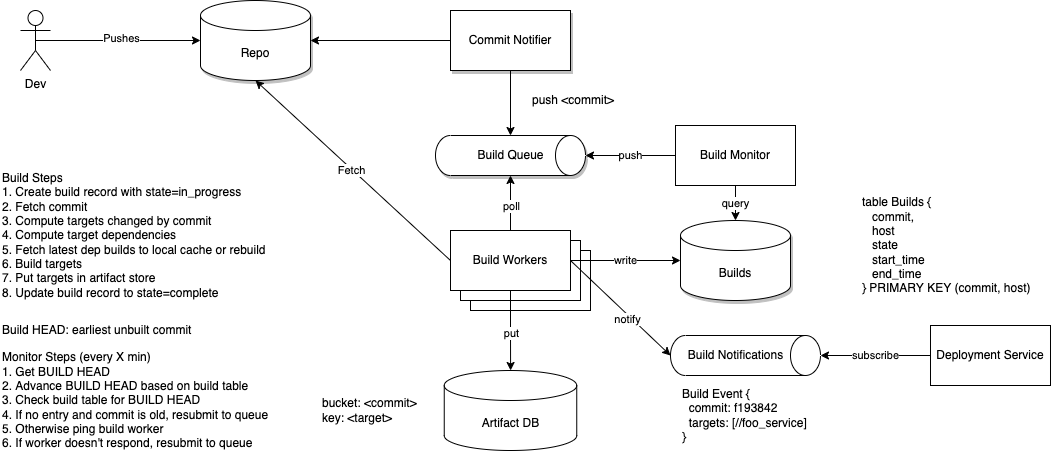
This is diagrams/deploy_build.png from alexsteele/designs, a draw.io export, as it was before one commit. Source tidied: cells renumbered, new cells last; positions are measured from the earlier drawing's top-left corner, leaving out a move shared by most shapes.
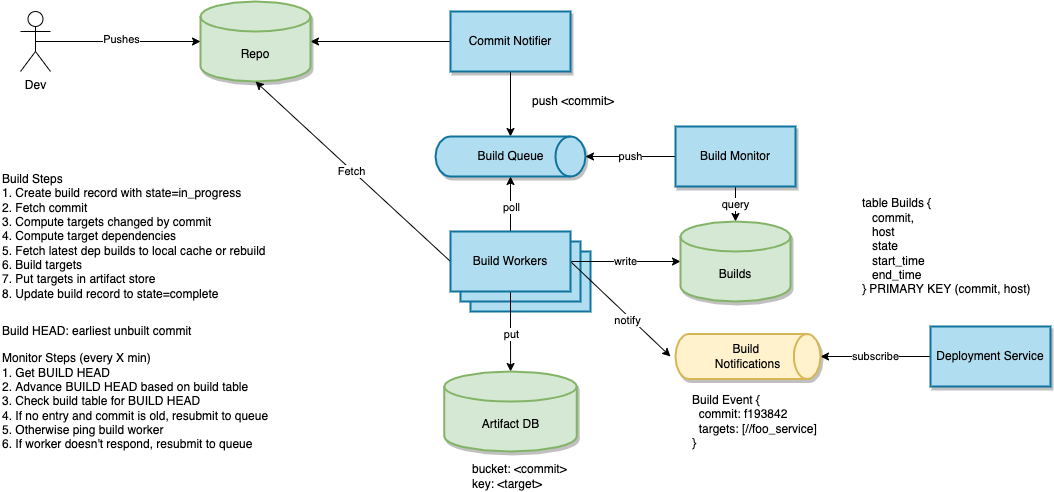
Later version of the same file.

Commit message:
Update deploy diagrams

Change to the diagram source:
```diff
@@ -2,8 +2,8 @@
   <root>
     <mxCell id="0" />
     <mxCell id="1" parent="0" />
-    <mxCell id="2" value="Build Workers" style="rounded=0;whiteSpace=wrap;html=1;" parent="1" vertex="1">
-      <mxGeometry x="470" y="250" width="120" height="60" as="geometry" />
+    <mxCell id="2" value="Build Workers" style="rounded=0;whiteSpace=wrap;html=1;strokeWidth=2;fillColor=#b1ddf0;strokeColor=#10739e;" parent="1" vertex="1">
+      <mxGeometry x="2430" y="380" width="120" height="60" as="geometry" />
     </mxCell>
     <mxCell id="3" style="edgeStyle=orthogonalEdgeStyle;rounded=0;jettySize=auto;html=1;exitX=0.5;exitY=1;exitDx=0;exitDy=0;entryX=0;entryY=0.5;entryDx=0;entryDy=0;entryPerimeter=0;" parent="1" edge="1" source="5" target="7">
       <mxGeometry relative="1" as="geometry" />
@@ -11,20 +11,20 @@
     <mxCell id="4" style="edgeStyle=none;rounded=0;jettySize=auto;html=1;exitX=0;exitY=0.5;exitDx=0;exitDy=0;entryX=1;entryY=0.5;entryDx=0;entryDy=0;entryPerimeter=0;" parent="1" edge="1" source="5" target="6">
       <mxGeometry relative="1" as="geometry" />
     </mxCell>
-    <mxCell id="5" value="Commit Notifier" style="rounded=0;whiteSpace=wrap;html=1;shadow=1;" parent="1" vertex="1">
-      <mxGeometry x="450" y="10" width="120" height="60" as="geometry" />
+    <mxCell id="5" value="Commit Notifier" style="rounded=0;whiteSpace=wrap;html=1;shadow=1;strokeWidth=2;fillColor=#b1ddf0;strokeColor=#10739e;" parent="1" vertex="1">
+      <mxGeometry x="2410" y="140" width="120" height="60" as="geometry" />
     </mxCell>
-    <mxCell id="6" value="Repo" style="shape=cylinder3;whiteSpace=wrap;html=1;boundedLbl=1;backgroundOutline=1;size=15;shadow=1;" parent="1" vertex="1">
-      <mxGeometry x="200" width="110" height="80" as="geometry" />
+    <mxCell id="6" value="Repo" style="shape=cylinder3;whiteSpace=wrap;html=1;boundedLbl=1;backgroundOutline=1;size=15;shadow=1;strokeWidth=2;fillColor=#d5e8d4;strokeColor=#82b366;" parent="1" vertex="1">
+      <mxGeometry x="2160" y="130" width="110" height="80" as="geometry" />
     </mxCell>
-    <mxCell id="7" style="shape=cylinder3;boundedLbl=1;backgroundOutline=1;size=15;rotation=90;whiteSpace=wrap;html=1;shadow=1;" parent="1" vertex="1">
-      <mxGeometry x="490" y="80" width="40" height="150" as="geometry" />
+    <mxCell id="7" style="shape=cylinder3;boundedLbl=1;backgroundOutline=1;size=15;rotation=90;whiteSpace=wrap;html=1;shadow=1;strokeWidth=2;fillColor=#b1ddf0;strokeColor=#10739e;" parent="1" vertex="1">
+      <mxGeometry x="2450" y="210" width="40" height="150" as="geometry" />
     </mxCell>
     <mxCell id="8" value="Build Queue" style="text;html=1;align=center;verticalAlign=middle;strokeColor=none;fillColor=none;fontSize=12;fontFamily=Helvetica;fontColor=default;" parent="1" vertex="1">
-      <mxGeometry x="470" y="145" width="80" height="20" as="geometry" />
+      <mxGeometry x="2430" y="275" width="80" height="20" as="geometry" />
     </mxCell>
-    <mxCell id="9" value="Build Workers" style="rounded=0;whiteSpace=wrap;html=1;" parent="1" vertex="1">
-      <mxGeometry x="460" y="240" width="120" height="60" as="geometry" />
+    <mxCell id="9" value="Build Workers" style="rounded=0;whiteSpace=wrap;html=1;strokeWidth=2;fillColor=#b1ddf0;strokeColor=#10739e;" parent="1" vertex="1">
+      <mxGeometry x="2420" y="370" width="120" height="60" as="geometry" />
     </mxCell>
     <mxCell id="10" style="edgeStyle=orthogonalEdgeStyle;rounded=0;jettySize=auto;html=1;exitX=0.5;exitY=0;exitDx=0;exitDy=0;entryX=1;entryY=0.5;entryDx=0;entryDy=0;entryPerimeter=0;" parent="1" edge="1" source="19" target="7">
       <mxGeometry relative="1" as="geometry" />
@@ -46,78 +46,79 @@
         <mxPoint x="40" y="36" as="offset" />
       </mxGeometry>
     </mxCell>
-    <mxCell id="16" value="write" style="edgeStyle=none;rounded=0;jettySize=auto;html=1;exitX=1;exitY=0.5;exitDx=0;exitDy=0;entryX=0;entryY=0.5;entryDx=0;entryDy=0;entryPerimeter=0;" parent="1" edge="1" source="19" target="35">
+    <mxCell id="16" value="write" style="edgeStyle=none;rounded=0;jettySize=auto;html=1;exitX=1;exitY=0.5;exitDx=0;exitDy=0;entryX=0;entryY=0.5;entryDx=0;entryDy=0;entryPerimeter=0;" parent="1" edge="1" source="19" target="33">
       <mxGeometry relative="1" as="geometry" />
     </mxCell>
-    <mxCell id="17" style="edgeStyle=none;rounded=0;jettySize=auto;html=1;exitX=1;exitY=0.5;exitDx=0;exitDy=0;entryX=0.5;entryY=1;entryDx=0;entryDy=0;entryPerimeter=0;" parent="1" edge="1" source="19" target="22">
-      <mxGeometry relative="1" as="geometry" />
+    <mxCell id="17" style="edgeStyle=none;rounded=0;jettySize=auto;html=1;exitX=1;exitY=0.5;exitDx=0;exitDy=0;entryX=0.5;entryY=1;entryDx=0;entryDy=0;entryPerimeter=0;" parent="1" edge="1" source="19">
+      <mxGeometry relative="1" as="geometry">
+        <mxPoint x="2630" y="485" as="targetPoint" />
+      </mxGeometry>
     </mxCell>
     <mxCell id="18" value="notify" style="edgeLabel;html=1;align=center;verticalAlign=middle;" parent="17" vertex="1">
       <mxGeometry x="0.18" y="-4" relative="1" as="geometry">
         <mxPoint x="1" as="offset" />
       </mxGeometry>
     </mxCell>
-    <mxCell id="19" value="Build Workers" style="rounded=0;whiteSpace=wrap;html=1;" parent="1" vertex="1">
-      <mxGeometry x="450" y="230" width="120" height="60" as="geometry" />
+    <mxCell id="19" value="Build Workers" style="rounded=0;whiteSpace=wrap;html=1;strokeWidth=2;fillColor=#b1ddf0;strokeColor=#10739e;" parent="1" vertex="1">
+      <mxGeometry x="2410" y="360" width="120" height="60" as="geometry" />
     </mxCell>
-    <mxCell id="20" value="Artifact DB" style="shape=cylinder3;whiteSpace=wrap;html=1;boundedLbl=1;backgroundOutline=1;size=15;" parent="1" vertex="1">
-      <mxGeometry x="443.8" y="370" width="132.5" height="80" as="geometry" />
+    <mxCell id="20" value="Artifact DB" style="shape=cylinder3;whiteSpace=wrap;html=1;boundedLbl=1;backgroundOutline=1;size=15;strokeWidth=2;fillColor=#d5e8d4;strokeColor=#82b366;shadow=1;" parent="1" vertex="1">
+      <mxGeometry x="2403.8" y="500" width="132.5" height="80" as="geometry" />
     </mxCell>
     <mxCell id="21" value="Build Event {&lt;br&gt;&amp;nbsp; commit: f193842&lt;br&gt;&amp;nbsp; targets: [//foo_service]&lt;br&gt;}" style="text;html=1;align=left;verticalAlign=middle;strokeColor=none;fillColor=none;" parent="1" vertex="1">
-      <mxGeometry x="680" y="385" width="140" height="60" as="geometry" />
+      <mxGeometry x="2650" y="520" width="140" height="60" as="geometry" />
     </mxCell>
-    <mxCell id="22" style="shape=cylinder3;boundedLbl=1;backgroundOutline=1;size=15;rotation=90;whiteSpace=wrap;html=1;" parent="1" vertex="1">
-      <mxGeometry x="725" y="280" width="40" height="150" as="geometry" />
+    <mxCell id="22" value="subscribe" style="edgeStyle=orthogonalEdgeStyle;rounded=0;jettySize=auto;html=1;exitX=0;exitY=0.5;exitDx=0;exitDy=0;entryX=0.5;entryY=0;entryDx=0;entryDy=0;entryPerimeter=0;" parent="1" edge="1" source="23">
+      <mxGeometry relative="1" as="geometry">
+        <mxPoint x="2780" y="485" as="targetPoint" />
+      </mxGeometry>
     </mxCell>
-    <mxCell id="23" value="Build Notifications" style="text;html=1;align=center;verticalAlign=middle;points=[];strokeColor=none;fillColor=none;fontSize=12;fontFamily=Helvetica;fontColor=default;" parent="1" vertex="1">
-      <mxGeometry x="680" y="345" width="110" height="20" as="geometry" />
+    <mxCell id="23" value="Deployment Service" style="rounded=0;whiteSpace=wrap;html=1;strokeWidth=2;fillColor=#b1ddf0;strokeColor=#10739e;shadow=1;" parent="1" vertex="1">
+      <mxGeometry x="2890" y="455" width="120" height="60" as="geometry" />
     </mxCell>
-    <mxCell id="24" value="subscribe" style="edgeStyle=orthogonalEdgeStyle;rounded=0;jettySize=auto;html=1;exitX=0;exitY=0.5;exitDx=0;exitDy=0;entryX=0.5;entryY=0;entryDx=0;entryDy=0;entryPerimeter=0;" parent="1" edge="1" source="25" target="22">
-      <mxGeometry relative="1" as="geometry" />
+    <mxCell id="24" style="edgeStyle=orthogonalEdgeStyle;rounded=0;jettySize=auto;html=1;exitX=0.5;exitY=0.5;exitDx=0;exitDy=0;exitPerimeter=0;" parent="1" edge="1" source="26">
+      <mxGeometry relative="1" as="geometry">
+        <mxPoint x="2160" y="170" as="targetPoint" />
+      </mxGeometry>
     </mxCell>
-    <mxCell id="25" value="Deployment Service" style="rounded=0;whiteSpace=wrap;html=1;" parent="1" vertex="1">
-      <mxGeometry x="930" y="325" width="120" height="60" as="geometry" />
+    <mxCell id="25" value="Pushes" style="edgeLabel;html=1;align=center;verticalAlign=middle;points=[];" parent="24" vertex="1">
+      <mxGeometry x="0.03" y="3" relative="1" as="geometry" />
     </mxCell>
-    <mxCell id="26" style="edgeStyle=orthogonalEdgeStyle;rounded=0;jettySize=auto;html=1;exitX=0.5;exitY=0.5;exitDx=0;exitDy=0;exitPerimeter=0;" parent="1" edge="1" source="28">
-      <mxGeometry relative="1" as="geometry">
-        <mxPoint x="200" y="40" as="targetPoint" />
-      </mxGeometry>
+    <mxCell id="26" value="Dev" style="shape=umlActor;verticalLabelPosition=bottom;verticalAlign=top;html=1;outlineConnect=0;" parent="1" vertex="1">
+      <mxGeometry x="1980" y="140" width="30" height="60" as="geometry" />
     </mxCell>
-    <mxCell id="27" value="Pushes" style="edgeLabel;html=1;align=center;verticalAlign=middle;" parent="26" vertex="1">
-      <mxGeometry x="0.03" y="3" relative="1" as="geometry" />
+    <mxCell id="27" value="bucket: &amp;lt;commit&amp;gt;&lt;br&gt;key: &amp;lt;target&amp;gt;" style="text;html=1;align=left;verticalAlign=middle;strokeColor=none;fillColor=none;" parent="1" vertex="1">
+      <mxGeometry x="2430" y="590" width="110" height="30" as="geometry" />
     </mxCell>
-    <mxCell id="28" value="Dev" style="shape=umlActor;verticalLabelPosition=bottom;verticalAlign=top;html=1;outlineConnect=0;" parent="1" vertex="1">
-      <mxGeometry x="20" y="10" width="30" height="60" as="geometry" />
+    <mxCell id="28" value="push &amp;lt;commit&amp;gt;" style="text;html=1;align=left;verticalAlign=middle;points=[];strokeColor=none;fillColor=none;" parent="1" vertex="1">
+      <mxGeometry x="2490" y="220" width="100" height="20" as="geometry" />
     </mxCell>
-    <mxCell id="29" value="bucket: &amp;lt;commit&amp;gt;&lt;br&gt;key: &amp;lt;target&amp;gt;" style="text;html=1;align=left;verticalAlign=middle;strokeColor=none;fillColor=none;" parent="1" vertex="1">
-      <mxGeometry x="320" y="395" width="110" height="30" as="geometry" />
+    <mxCell id="29" value="Build Steps&lt;br&gt;1. Create build record with state=in_progress&lt;br&gt;2. Fetch commit&lt;br&gt;3. Compute targets changed by commit&lt;br&gt;4. Compute target dependencies&lt;br&gt;5. Fetch latest dep builds to local cache or rebuild&lt;br&gt;6. Build targets&lt;br&gt;7. Put targets in artifact store&lt;br&gt;8. Update build record to state=complete" style="text;html=1;align=left;verticalAlign=middle;strokeColor=none;fillColor=none;" parent="1" vertex="1">
+      <mxGeometry x="1960" y="300" width="280" height="130" as="geometry" />
     </mxCell>
-    <mxCell id="30" value="push &amp;lt;commit&amp;gt;" style="text;html=1;align=left;verticalAlign=middle;strokeColor=none;fillColor=none;" parent="1" vertex="1">
-      <mxGeometry x="530" y="90" width="100" height="20" as="geometry" />
+    <mxCell id="30" value="query" style="edgeStyle=none;rounded=0;jettySize=auto;html=1;exitX=0.5;exitY=1;exitDx=0;exitDy=0;entryX=0.5;entryY=0;entryDx=0;entryDy=0;entryPerimeter=0;" parent="1" edge="1" source="32" target="33">
+      <mxGeometry relative="1" as="geometry" />
     </mxCell>
-    <mxCell id="31" value="Build Steps&lt;br&gt;1. Create build record with state=in_progress&lt;br&gt;2. Fetch commit&lt;br&gt;3. Compute targets changed by commit&lt;br&gt;4. Compute target dependencies&lt;br&gt;5. Fetch latest dep builds to local cache or rebuild&lt;br&gt;6. Build targets&lt;br&gt;7. Put targets in artifact store&lt;br&gt;8. Update build record to state=complete" style="text;html=1;align=left;verticalAlign=middle;strokeColor=none;fillColor=none;" parent="1" vertex="1">
-      <mxGeometry y="170" width="280" height="130" as="geometry" />
+    <mxCell id="31" value="push" style="edgeStyle=none;rounded=0;jettySize=auto;html=1;exitX=0;exitY=0.5;exitDx=0;exitDy=0;entryX=0.5;entryY=0;entryDx=0;entryDy=0;entryPerimeter=0;" parent="1" edge="1" source="32" target="7">
+      <mxGeometry relative="1" as="geometry" />
     </mxCell>
-    <mxCell id="32" value="query" style="edgeStyle=none;rounded=0;jettySize=auto;html=1;exitX=0.5;exitY=1;exitDx=0;exitDy=0;entryX=0.5;entryY=0;entryDx=0;entryDy=0;entryPerimeter=0;" parent="1" edge="1" source="34" target="35">
-      <mxGeometry relative="1" as="geometry" />
+    <mxCell id="32" value="Build Monitor" style="rounded=0;whiteSpace=wrap;html=1;strokeWidth=2;fillColor=#b1ddf0;strokeColor=#10739e;shadow=1;" parent="1" vertex="1">
+      <mxGeometry x="2635" y="255" width="120" height="60" as="geometry" />
     </mxCell>
-    <mxCell id="33" value="push" style="edgeStyle=none;rounded=0;jettySize=auto;html=1;exitX=0;exitY=0.5;exitDx=0;exitDy=0;entryX=0.5;entryY=0;entryDx=0;entryDy=0;entryPerimeter=0;" parent="1" edge="1" source="34" target="7">
-      <mxGeometry relative="1" as="geometry" />
+    <mxCell id="33" value="Builds" style="shape=cylinder3;whiteSpace=wrap;html=1;boundedLbl=1;backgroundOutline=1;size=15;shadow=1;strokeWidth=2;fillColor=#d5e8d4;strokeColor=#82b366;" parent="1" vertex="1">
+      <mxGeometry x="2640" y="350" width="110" height="80" as="geometry" />
     </mxCell>
-    <mxCell id="34" value="Build Monitor" style="rounded=0;whiteSpace=wrap;html=1;" parent="1" vertex="1">
-      <mxGeometry x="675" y="125" width="120" height="60" as="geometry" />
+    <mxCell id="34" value="table Builds {&lt;br&gt;&amp;nbsp; &amp;nbsp;commit,&lt;br&gt;&amp;nbsp; &amp;nbsp;host&amp;nbsp;&lt;br&gt;&amp;nbsp; &amp;nbsp;state&lt;br&gt;&amp;nbsp; &amp;nbsp;start_time&lt;br&gt;&amp;nbsp; &amp;nbsp;end_time&lt;br&gt;} PRIMARY KEY (commit, host)" style="text;html=1;align=left;verticalAlign=middle;points=[];strokeColor=none;fillColor=none;" parent="1" vertex="1">
+      <mxGeometry x="2820" y="325" width="180" height="100" as="geometry" />
     </mxCell>
-    <mxCell id="35" value="Builds" style="shape=cylinder3;whiteSpace=wrap;html=1;boundedLbl=1;backgroundOutline=1;size=15;shadow=1;" parent="1" vertex="1">
-      <mxGeometry x="680" y="220" width="110" height="80" as="geometry" />
+    <mxCell id="35" value="Build HEAD: earliest unbuilt commit&amp;nbsp;" style="text;html=1;align=left;verticalAlign=middle;points=[];strokeColor=none;fillColor=none;" parent="1" vertex="1">
+      <mxGeometry x="1960" y="450" width="210" height="20" as="geometry" />
     </mxCell>
-    <mxCell id="36" value="table Builds {&lt;br&gt;&amp;nbsp; &amp;nbsp;commit,&lt;br&gt;&amp;nbsp; &amp;nbsp;host&amp;nbsp;&lt;br&gt;&amp;nbsp; &amp;nbsp;state&lt;br&gt;&amp;nbsp; &amp;nbsp;start_time&lt;br&gt;&amp;nbsp; &amp;nbsp;end_time&lt;br&gt;} PRIMARY KEY (commit, host)" style="text;html=1;align=left;verticalAlign=middle;strokeColor=none;fillColor=none;" parent="1" vertex="1">
-      <mxGeometry x="860" y="195" width="180" height="100" as="geometry" />
+    <mxCell id="36" value="Monitor Steps (every X min)&lt;br&gt;1. Get BUILD HEAD&lt;br&gt;2. Advance BUILD HEAD based on build table&lt;br&gt;3. Check build table for BUILD HEAD&lt;br&gt;4. If no entry and commit is old, resubmit to queue&lt;br&gt;5. Otherwise ping build worker&lt;br&gt;6. If worker doesn't respond, resubmit to queue" style="text;html=1;align=left;verticalAlign=middle;strokeColor=none;fillColor=none;" parent="1" vertex="1">
+      <mxGeometry x="1960" y="480" width="280" height="100" as="geometry" />
     </mxCell>
-    <mxCell id="37" value="Build HEAD: earliest unbuilt commit&amp;nbsp;" style="text;html=1;align=left;verticalAlign=middle;strokeColor=none;fillColor=none;" parent="1" vertex="1">
-      <mxGeometry y="320" width="210" height="20" as="geometry" />
+    <mxCell id="37" value="Build &lt;br&gt;Notifications" style="strokeWidth=2;html=1;shape=mxgraph.flowchart.direct_data;whiteSpace=wrap;shadow=1;sketch=0;fontFamily=Helvetica;fontSize=12;fillColor=#fff2cc;strokeColor=#d6b656;" parent="1" vertex="1">
+      <mxGeometry x="2635" y="462.5" width="145" height="45" as="geometry" />
     </mxCell>
-    <mxCell id="38" value="Monitor Steps (every X min)&lt;br&gt;1. Get BUILD HEAD&lt;br&gt;2. Advance BUILD HEAD based on build table&lt;br&gt;3. Check build table for BUILD HEAD&lt;br&gt;4. If no entry and commit is old, resubmit to queue&lt;br&gt;5. Otherwise ping build worker&lt;br&gt;6. If worker doesn't respond, resubmit to queue" style="text;html=1;align=left;verticalAlign=middle;strokeColor=none;fillColor=none;" parent="1" vertex="1">
-      <mxGeometry y="350" width="280" height="100" as="geometry" />
-    </mxCell>
   </root>
 </mxGraphModel>
```
